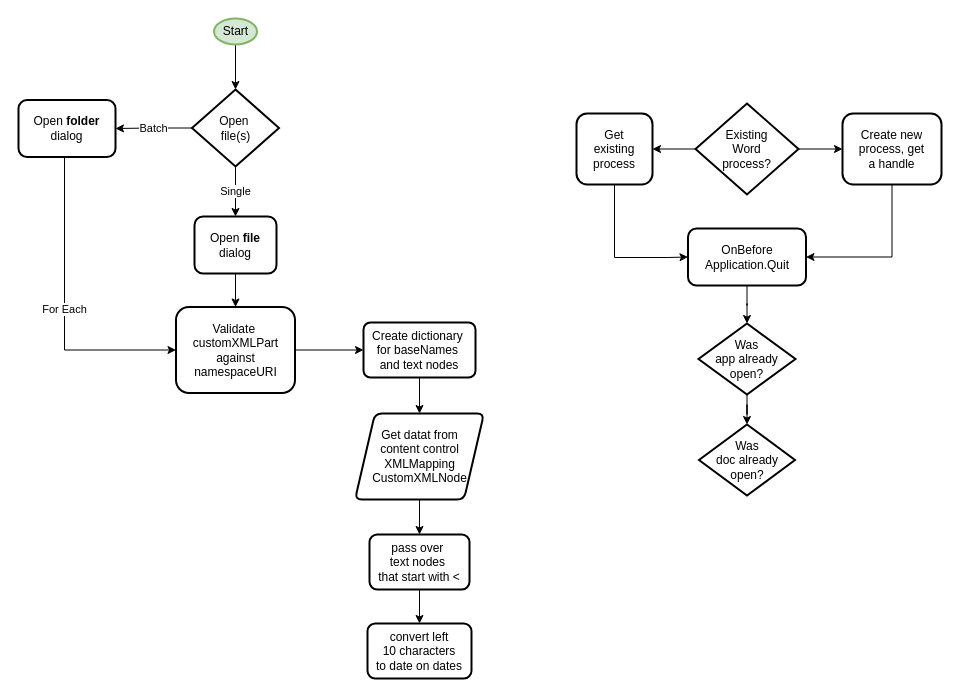
benstanfish/Diagrams keeps this draw.io diagram as WordLink.drawio. Above is the earlier version. Source tidied: cells renumbered, new cells numbered last; positions are measured from the earlier drawing's top-left corner, leaving out a move shared by most shapes. Both pictures are drawn from the tidied source at 100%, with x=0, y=0 at pixel (18, 18).
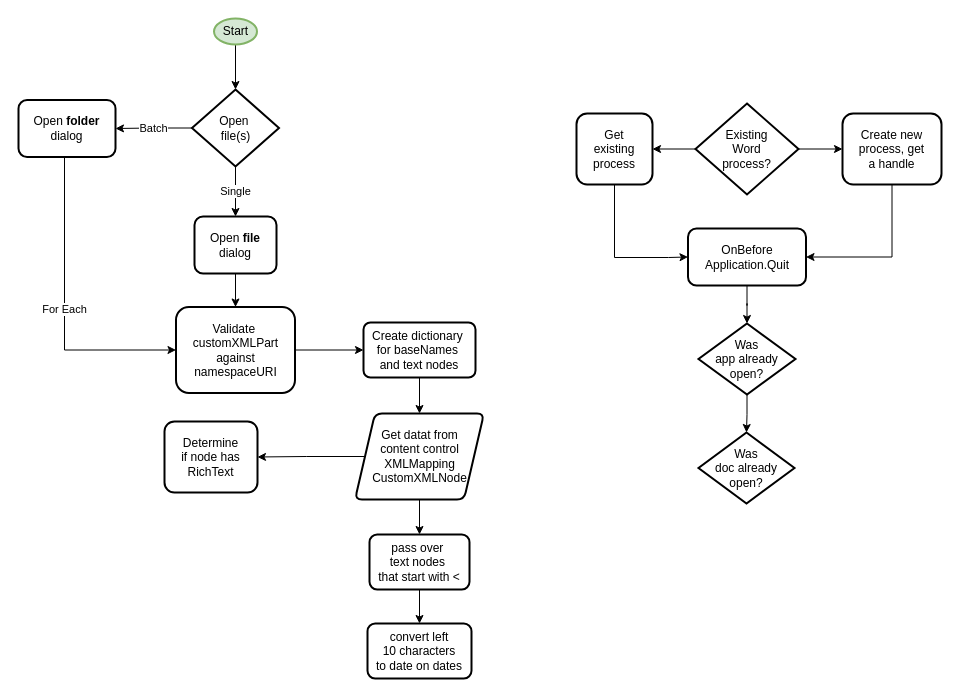
The same diagram, later.

Unchanged cells that the change refers to:
```xml
<mxCell id="26" value="Get datat from&lt;div&gt;content control&lt;/div&gt;&lt;div&gt;XMLMapping&lt;/div&gt;&lt;div&gt;CustomXMLNode&lt;/div&gt;" style="shape=parallelogram;perimeter=parallelogramPerimeter;whiteSpace=wrap;html=1;fixedSize=1;rounded=1;arcSize=14;strokeWidth=2;spacing=10;" parent="1" vertex="1">
  <mxGeometry x="336.5" y="395" width="129" height="86" as="geometry" />
</mxCell>
```

What changed in the source:
```diff
@@
+    <mxCell id="32" style="edgeStyle=orthogonalEdgeStyle;rounded=0;jettySize=auto;html=1;" parent="1" edge="1" source="26" target="33">
+      <mxGeometry relative="1" as="geometry" />
+    </mxCell>
@@
     <mxCell id="31" value="Was&lt;div&gt;doc already&lt;/div&gt;&lt;div&gt;open?&lt;/div&gt;" style="rhombus;whiteSpace=wrap;html=1;rounded=0;strokeWidth=2;spacing=10;" parent="1" vertex="1">
-      <mxGeometry x="680.5" y="406" width="96" height="71" as="geometry" />
+      <mxGeometry x="680" y="414" width="96" height="71" as="geometry" />
     </mxCell>
+    <mxCell id="33" value="Determine&lt;div&gt;if node has&lt;/div&gt;&lt;div&gt;RichText&lt;/div&gt;" style="rounded=1;whiteSpace=wrap;html=1;arcSize=14;strokeWidth=2;spacing=10;" parent="1" vertex="1">
+      <mxGeometry x="146" y="403" width="93" height="71" as="geometry" />
+    </mxCell>
```
